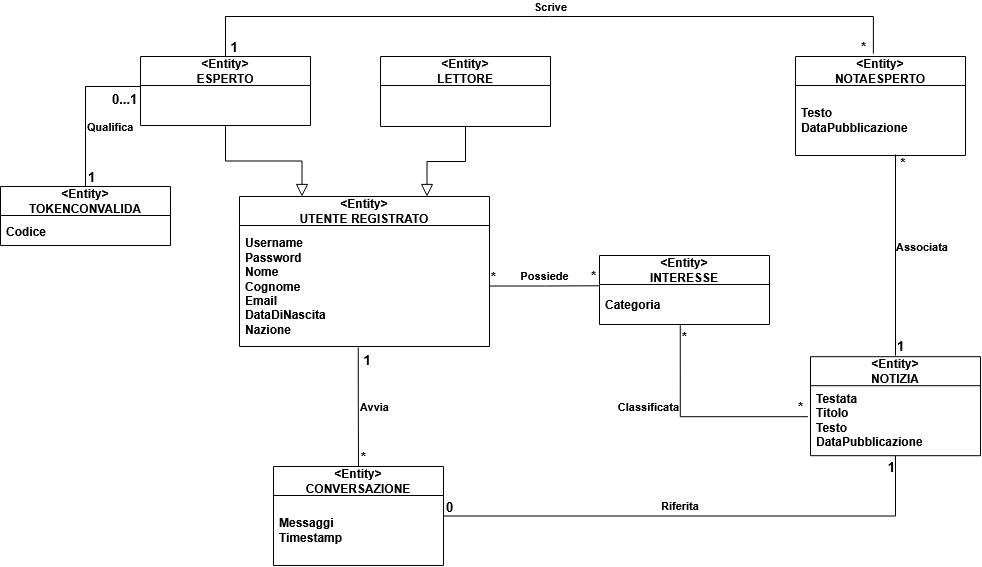
AndreaRainone/FARIS keeps this draw.io diagram as docs/diagrams_src/RAD_Diagrams/ClassDiagram.png. Above is the earlier version. Source tidied: cells renumbered, new cells last; positions are measured from the earlier drawing's top-left corner, leaving out a move shared by most shapes.
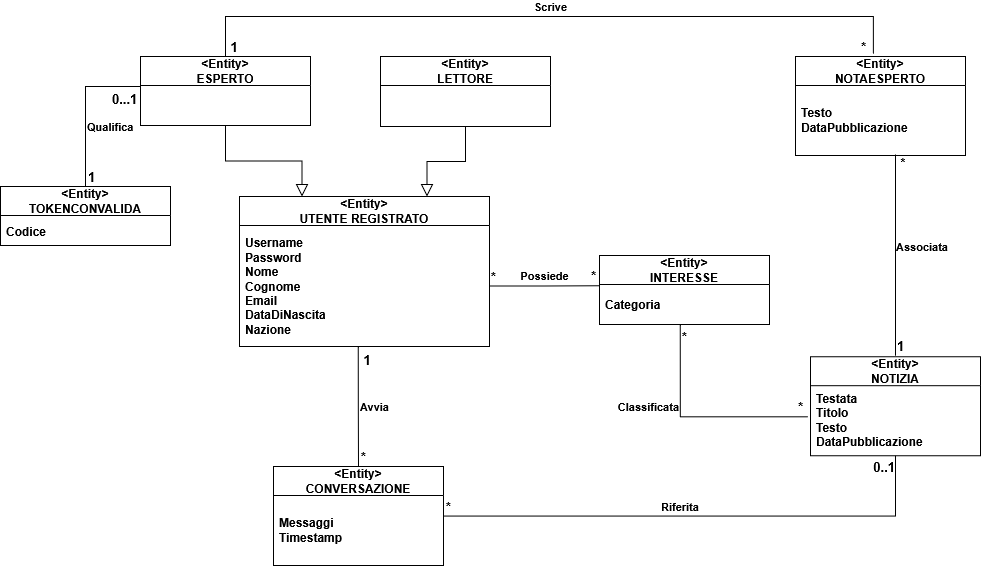
After the change.

The edit, as a diff of the source:
```diff
@@ -99,12 +99,12 @@
     <mxCell id="28" value="Riferita" style="endArrow=none;html=1;endSize=12;startArrow=none;startSize=14;startFill=0;edgeStyle=orthogonalEdgeStyle;rounded=0;defaultLabelBackgroundColor=page;endFill=0;verticalAlign=bottom;entryX=1;entryY=0.5;entryDx=0;entryDy=0;fontStyle=1;exitX=0.5;exitY=1;exitDx=0;exitDy=0;labelPosition=right;verticalLabelPosition=middle;align=left;" parent="1" edge="1" source="14" target="12">
       <mxGeometry x="0.16" relative="1" as="geometry" />
     </mxCell>
-    <mxCell id="29" value="1" style="edgeLabel;html=1;align=right;verticalAlign=middle;inheritText=fontFamily,fontColor,textOpacity,labelBorderColor,labelBorderWidth,labelBackgroundColor,defaultLabelBackgroundColor,labelPadding;fontStyle=1;defaultLabelBackgroundColor=page;labelPosition=left;verticalLabelPosition=middle;labelPerimeter=1;fontSize=13;" parent="28" vertex="1">
+    <mxCell id="29" value="0..1" style="edgeLabel;html=1;align=right;verticalAlign=middle;inheritText=fontFamily,fontColor,textOpacity,labelBorderColor,labelBorderWidth,labelBackgroundColor,defaultLabelBackgroundColor,labelPadding;fontStyle=1;defaultLabelBackgroundColor=page;labelPosition=left;verticalLabelPosition=middle;labelPerimeter=1;fontSize=13;" parent="28" vertex="1">
       <mxGeometry x="-1" relative="1" as="geometry">
         <mxPoint y="11" as="offset" />
       </mxGeometry>
     </mxCell>
-    <mxCell id="30" value="0" style="edgeLabel;html=1;align=left;verticalAlign=bottom;inheritText=fontFamily,fontColor,textOpacity,labelBorderColor,labelBorderWidth,labelPadding;labelBackgroundColor=default;defaultLabelBackgroundColor=page;fontStyle=1;labelPosition=right;verticalLabelPosition=middle;labelPerimeter=1;fontSize=13;" parent="28" vertex="1">
+    <mxCell id="30" value="*" style="edgeLabel;html=1;align=left;verticalAlign=bottom;inheritText=fontFamily,fontColor,textOpacity,labelBorderColor,labelBorderWidth,labelPadding;labelBackgroundColor=default;defaultLabelBackgroundColor=page;fontStyle=1;labelPosition=right;verticalLabelPosition=middle;labelPerimeter=1;fontSize=13;" parent="28" vertex="1">
       <mxGeometry x="1" relative="1" as="geometry">
         <mxPoint x="1" as="offset" />
       </mxGeometry>
```
